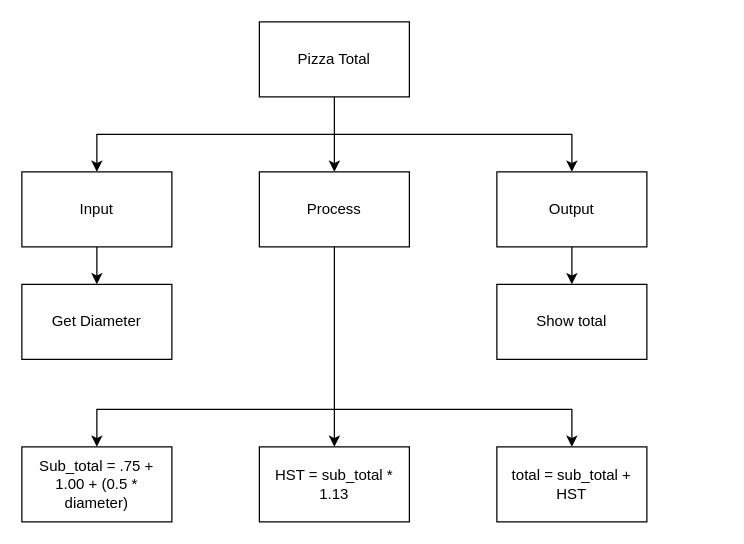
Above: Draw.io/topdown.drawio in Peter-Gemmell/ICS3U-Unt3-08-Python (draw.io), before the change. Source tidied: cells renumbered, new cells numbered last; positions are measured from the earlier drawing's top-left corner, leaving out a move shared by most shapes. Both pictures are drawn from the tidied source at 125%, with x=0, y=0 at pixel (21, 21).
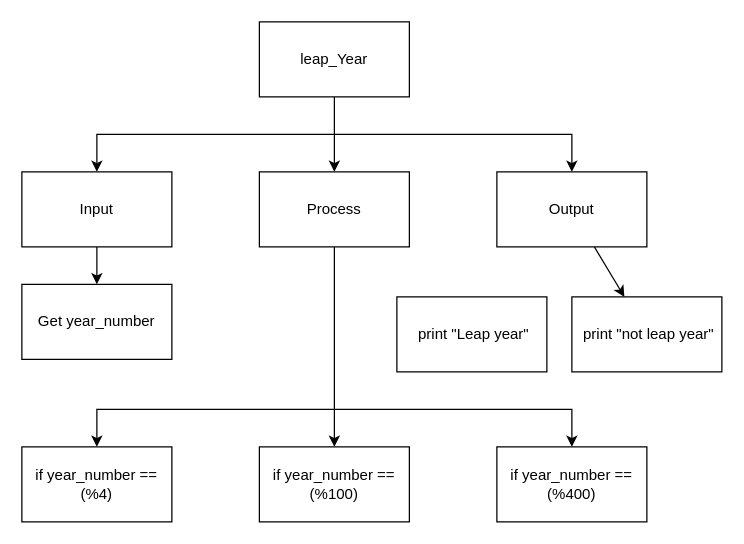
Above is the later version.

Commit message (it also covers changes not shown here):
Lea_year

What changed in the source:
```diff
@@
-    <mxCell id="5" value="Pizza Total" style="rounded=0;whiteSpace=wrap;html=1;" parent="1" vertex="1">
+    <mxCell id="5" value="leap_Year" style="rounded=0;whiteSpace=wrap;html=1;" parent="1" vertex="1">
       <mxGeometry x="190" width="120" height="60" as="geometry" />
     </mxCell>
@@
-    <mxCell id="14" value="Get Diameter" style="rounded=0;whiteSpace=wrap;html=1;" parent="1" vertex="1">
+    <mxCell id="14" value="Get year_number" style="rounded=0;whiteSpace=wrap;html=1;" parent="1" vertex="1">
       <mxGeometry y="210" width="120" height="60" as="geometry" />
     </mxCell>
-    <mxCell id="15" value="Show total" style="rounded=0;whiteSpace=wrap;html=1;" parent="1" vertex="1">
-      <mxGeometry x="380" y="210" width="120" height="60" as="geometry" />
+    <mxCell id="15" value="&lt;span&gt;&amp;nbsp;print &quot;not leap year&quot;&lt;/span&gt;" style="rounded=0;whiteSpace=wrap;html=1;" parent="1" vertex="1">
+      <mxGeometry x="440" y="220" width="120" height="60" as="geometry" />
     </mxCell>
-    <mxCell id="16" value="HST = sub_total * 1.13" style="rounded=0;whiteSpace=wrap;html=1;" parent="1" vertex="1">
+    <mxCell id="16" value="if year_number == (%100)" style="rounded=0;whiteSpace=wrap;html=1;" parent="1" vertex="1">
       <mxGeometry x="190" y="340" width="120" height="60" as="geometry" />
     </mxCell>
-    <mxCell id="17" value="Sub_total = .75 + 1.00 + (0.5 * diameter)" style="rounded=0;whiteSpace=wrap;html=1;" parent="1" vertex="1">
+    <mxCell id="17" value="if year_number ==(%4)" style="rounded=0;whiteSpace=wrap;html=1;" parent="1" vertex="1">
       <mxGeometry y="340" width="120" height="60" as="geometry" />
     </mxCell>
-    <mxCell id="18" value="total = sub_total + HST" style="rounded=0;whiteSpace=wrap;html=1;" parent="1" vertex="1">
+    <mxCell id="18" value="if year_number == (%400)" style="rounded=0;whiteSpace=wrap;html=1;" parent="1" vertex="1">
       <mxGeometry x="380" y="340" width="120" height="60" as="geometry" />
     </mxCell>
+    <mxCell id="19" value="&lt;span&gt;&amp;nbsp;print &quot;Leap year&quot;&lt;/span&gt;" style="rounded=0;whiteSpace=wrap;html=1;" parent="1" vertex="1">
+      <mxGeometry x="300" y="220" width="120" height="60" as="geometry" />
+    </mxCell>
```
